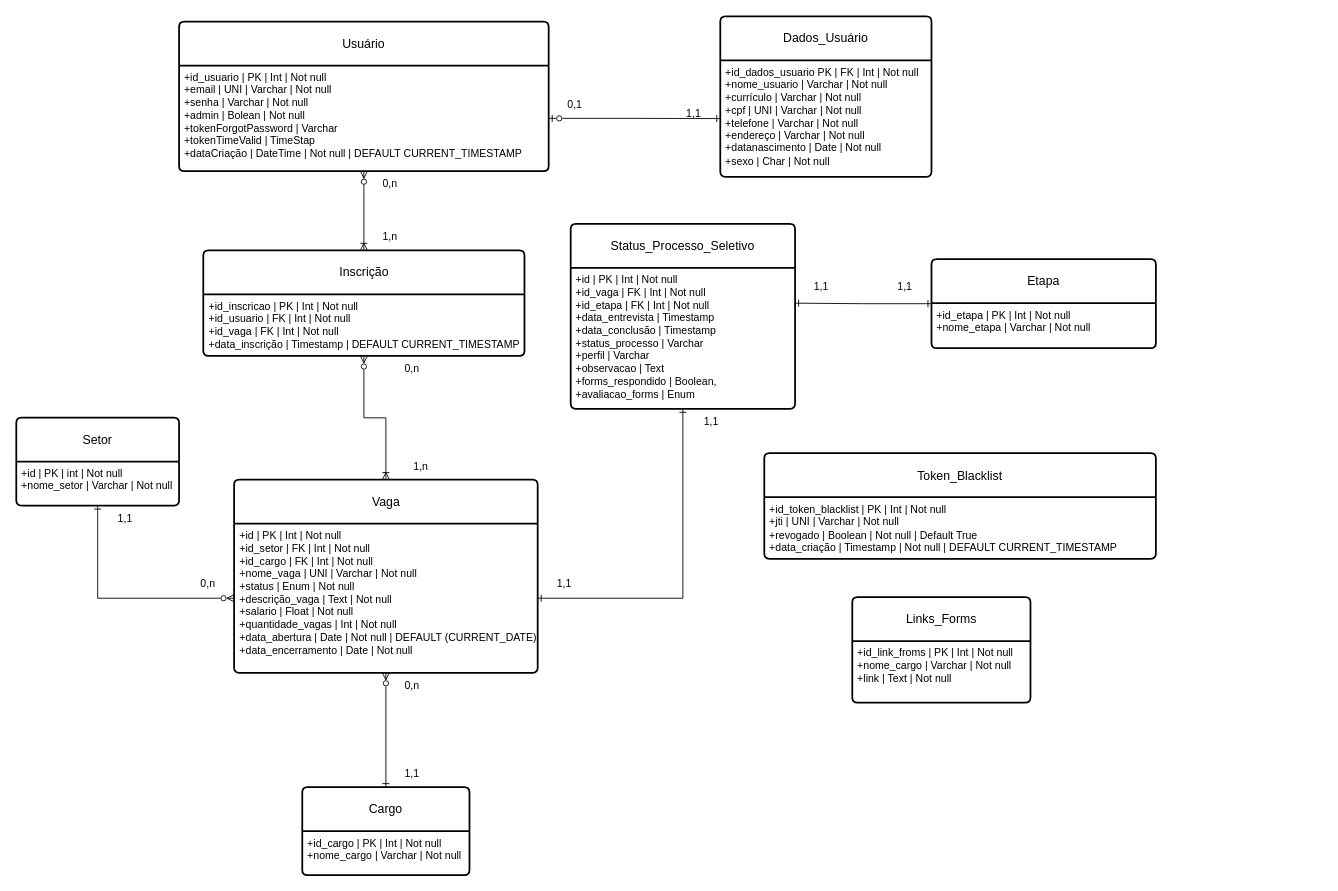
The draw.io diagram Diagrama Modelo Lógico.drawio in ExtraProjects860/Project-Selection-Process-Control, before the edit. Source tidied: cells renumbered, new cells numbered last; positions are measured from the earlier drawing's top-left corner, leaving out a move shared by most shapes. Both pictures are drawn from the tidied source at 88%, with x=0, y=0 at pixel (16, 16).
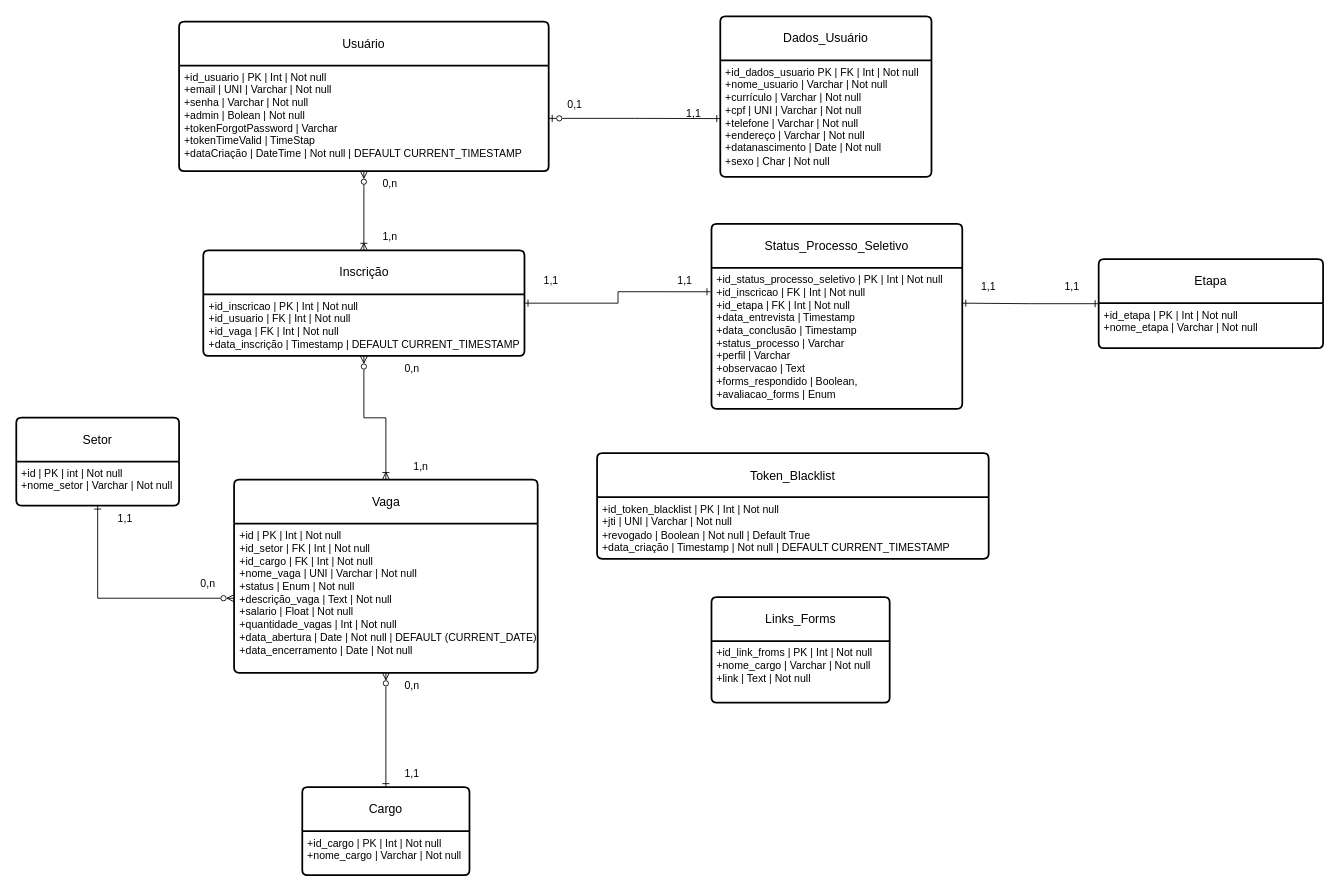
The same page after the edit.

The change refers to these unchanged cells:
```xml
<mxCell id="18" value="&lt;div&gt;+id | PK | Int | Not null&lt;/div&gt;&lt;div&gt;+id_setor | FK | Int | Not null&lt;/div&gt;&lt;div&gt;+id_cargo | FK | Int | Not null&lt;/div&gt;&lt;div&gt;&lt;span style=&quot;background-color: initial;&quot;&gt;+nome_vaga | UNI | Varchar | Not null&lt;/span&gt;&lt;br&gt;&lt;/div&gt;&lt;div&gt;&lt;span style=&quot;background-color: initial;&quot;&gt;+status | Enum | Not null&lt;/span&gt;&lt;/div&gt;&lt;div&gt;+descrição_vaga | Text | Not null&lt;/div&gt;&lt;div&gt;+salario | Float | Not null&lt;/div&gt;&lt;div&gt;+quantidade_vagas | Int | Not null&lt;/div&gt;&lt;div&gt;+data_abertura | Date | Not null |&amp;nbsp;DEFAULT (CURRENT_DATE)&lt;/div&gt;&lt;div&gt;+data_encerramento | Date | Not null&lt;/div&gt;" style="align=left;strokeColor=none;fillColor=none;spacingLeft=4;fontSize=12;verticalAlign=top;html=1;" parent="17" vertex="1">
  <mxGeometry y="50" width="345" height="169.5" as="geometry" />
</mxCell>
<mxCell id="21" value="Inscrição" style="swimlane;horizontal=1;startSize=50;rounded=1;fontSize=14;fontStyle=0;strokeWidth=2;shadow=0;dashed=0;align=center;arcSize=4;whiteSpace=wrap;html=1;" parent="1" vertex="1">
  <mxGeometry x="212.5" y="266" width="365" height="120" as="geometry" />
</mxCell>
```

What changed in the source:
```diff
@@
     <mxCell id="8" value="Status_Processo_Seletivo" style="swimlane;horizontal=1;startSize=50;rounded=1;fontSize=14;fontStyle=0;strokeWidth=2;shadow=0;dashed=0;align=center;arcSize=4;whiteSpace=wrap;html=1;" parent="1" vertex="1">
-      <mxGeometry x="630" y="236" width="255" height="210" as="geometry" />
+      <mxGeometry x="790" y="236" width="285" height="210" as="geometry" />
     </mxCell>
-    <mxCell id="9" value="+id | PK | Int | Not null&lt;div&gt;+id_vaga&amp;nbsp;&lt;span style=&quot;background-color: initial;&quot;&gt;| FK | Int | Not null&lt;/span&gt;&lt;/div&gt;&lt;div&gt;+id_etapa | FK | Int | Not null&lt;/div&gt;&lt;div&gt;&lt;span style=&quot;background-color: initial;&quot;&gt;+data_entrevista | Timestamp&lt;/span&gt;&lt;/div&gt;&lt;div&gt;&lt;span style=&quot;background-color: initial;&quot;&gt;+data_conclusão | Timestamp&lt;br&gt;&lt;/span&gt;&lt;/div&gt;&lt;div&gt;&lt;span style=&quot;background-color: initial;&quot;&gt;+status_processo | Varchar&lt;/span&gt;&lt;/div&gt;&lt;div&gt;+perfil | Varchar&lt;/div&gt;&lt;div&gt;+observacao | Text&lt;/div&gt;&lt;div&gt;+forms_respondido | Boolean,&lt;/div&gt;&lt;div&gt;+avaliacao_forms | Enum&lt;/div&gt;" style="align=left;strokeColor=none;fillColor=none;spacingLeft=4;fontSize=12;verticalAlign=top;html=1;" parent="8" vertex="1">
-      <mxGeometry y="50" width="255" height="160" as="geometry" />
+    <mxCell id="9" value="+id_status_processo_seletivo | PK | Int | Not null&lt;div&gt;+id_inscricao&amp;nbsp;&lt;span style=&quot;background-color: initial;&quot;&gt;| FK | Int | Not null&lt;/span&gt;&lt;/div&gt;&lt;div&gt;+id_etapa | FK | Int | Not null&lt;/div&gt;&lt;div&gt;&lt;span style=&quot;background-color: initial;&quot;&gt;+data_entrevista | Timestamp&lt;/span&gt;&lt;/div&gt;&lt;div&gt;&lt;span style=&quot;background-color: initial;&quot;&gt;+data_conclusão | Timestamp&lt;br&gt;&lt;/span&gt;&lt;/div&gt;&lt;div&gt;&lt;span style=&quot;background-color: initial;&quot;&gt;+status_processo | Varchar&lt;/span&gt;&lt;/div&gt;&lt;div&gt;+perfil | Varchar&lt;/div&gt;&lt;div&gt;+observacao | Text&lt;/div&gt;&lt;div&gt;+forms_respondido | Boolean,&lt;/div&gt;&lt;div&gt;+avaliacao_forms | Enum&lt;/div&gt;" style="align=left;strokeColor=none;fillColor=none;spacingLeft=4;fontSize=12;verticalAlign=top;html=1;" parent="8" vertex="1">
+      <mxGeometry y="50" width="285" height="160" as="geometry" />
     </mxCell>
@@
     <mxCell id="14" value="1,1" style="text;html=1;align=center;verticalAlign=middle;whiteSpace=wrap;rounded=0;" parent="1" vertex="1">
-      <mxGeometry x="592.5" y="630" width="60" height="30" as="geometry" />
+      <mxGeometry x="577.5" y="286" width="60" height="30" as="geometry" />
     </mxCell>
     <mxCell id="15" value="1,1" style="text;html=1;align=center;verticalAlign=middle;whiteSpace=wrap;rounded=0;" parent="1" vertex="1">
-      <mxGeometry x="760" y="446" width="60" height="30" as="geometry" />
+      <mxGeometry x="730" y="286" width="60" height="30" as="geometry" />
     </mxCell>
@@
-    <mxCell id="27" style="edgeStyle=orthogonalEdgeStyle;rounded=0;jettySize=auto;html=1;startArrow=ERone;startFill=0;endArrow=ERone;endFill=0;" parent="1" edge="1" source="18" target="8">
-      <mxGeometry relative="1" as="geometry" />
-    </mxCell>
@@
     <mxCell id="30" value="Etapa" style="swimlane;horizontal=1;startSize=50;rounded=1;fontSize=14;fontStyle=0;strokeWidth=2;shadow=0;dashed=0;align=center;arcSize=4;whiteSpace=wrap;html=1;" parent="1" vertex="1">
-      <mxGeometry x="1040" y="276" width="255" height="101.2" as="geometry" />
+      <mxGeometry x="1230" y="276" width="255" height="101.2" as="geometry" />
     </mxCell>
@@
     <mxCell id="32" value="1,1" style="text;html=1;align=center;verticalAlign=middle;whiteSpace=wrap;rounded=0;" parent="1" vertex="1">
-      <mxGeometry x="885" y="291.8" width="60" height="30" as="geometry" />
+      <mxGeometry x="1075" y="291.8" width="60" height="30" as="geometry" />
     </mxCell>
     <mxCell id="33" value="1,1" style="text;html=1;align=center;verticalAlign=middle;whiteSpace=wrap;rounded=0;" parent="1" vertex="1">
-      <mxGeometry x="980" y="292" width="60" height="30" as="geometry" />
+      <mxGeometry x="1170" y="292" width="60" height="30" as="geometry" />
     </mxCell>
     <mxCell id="34" value="Links_Forms" style="swimlane;horizontal=1;startSize=50;rounded=1;fontSize=14;fontStyle=0;strokeWidth=2;shadow=0;dashed=0;align=center;arcSize=4;whiteSpace=wrap;html=1;" parent="1" vertex="1">
-      <mxGeometry x="950" y="660" width="202.5" height="120" as="geometry" />
+      <mxGeometry x="790" y="660" width="202.5" height="120" as="geometry" />
     </mxCell>
@@
     <mxCell id="36" value="Token_Blacklist" style="swimlane;horizontal=1;startSize=50;rounded=1;fontSize=14;fontStyle=0;strokeWidth=2;shadow=0;dashed=0;align=center;arcSize=4;whiteSpace=wrap;html=1;" parent="1" vertex="1">
-      <mxGeometry x="850" y="496.5" width="445" height="120" as="geometry" />
+      <mxGeometry x="660" y="496.5" width="445" height="120" as="geometry" />
     </mxCell>
@@
+    <mxCell id="43" style="edgeStyle=orthogonalEdgeStyle;rounded=0;jettySize=auto;html=1;entryX=-0.004;entryY=0.169;entryDx=0;entryDy=0;entryPerimeter=0;startArrow=ERone;startFill=0;endArrow=ERone;endFill=0;" parent="1" edge="1" source="21" target="9">
+      <mxGeometry relative="1" as="geometry" />
+    </mxCell>
```
